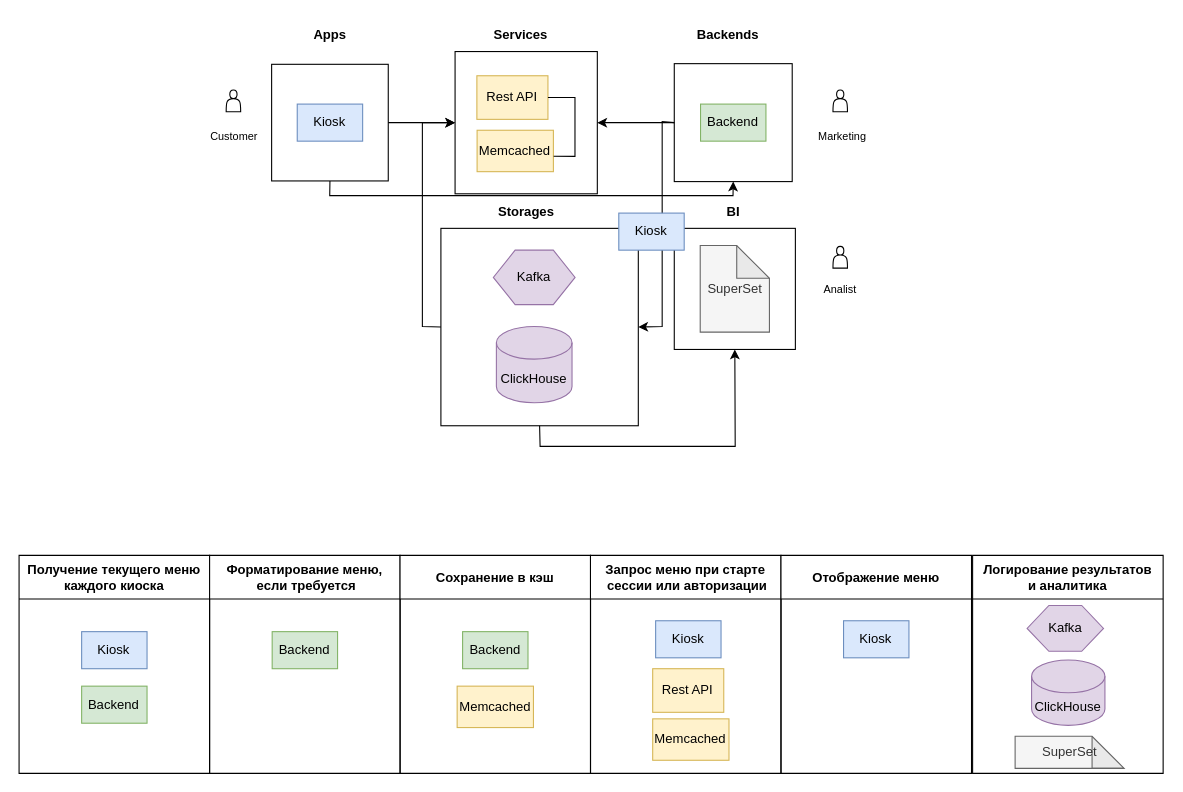
ArlanovCsb/responsive_menu keeps this draw.io diagram as Сервис адаптивного меню.drawio. Above is the earlier version. Source tidied: cells renumbered, new cells numbered last; positions are measured from the earlier drawing's top-left corner, leaving out a move shared by most shapes. Both pictures are drawn from the tidied source at 109%, with x=0, y=0 at pixel (19, 19).
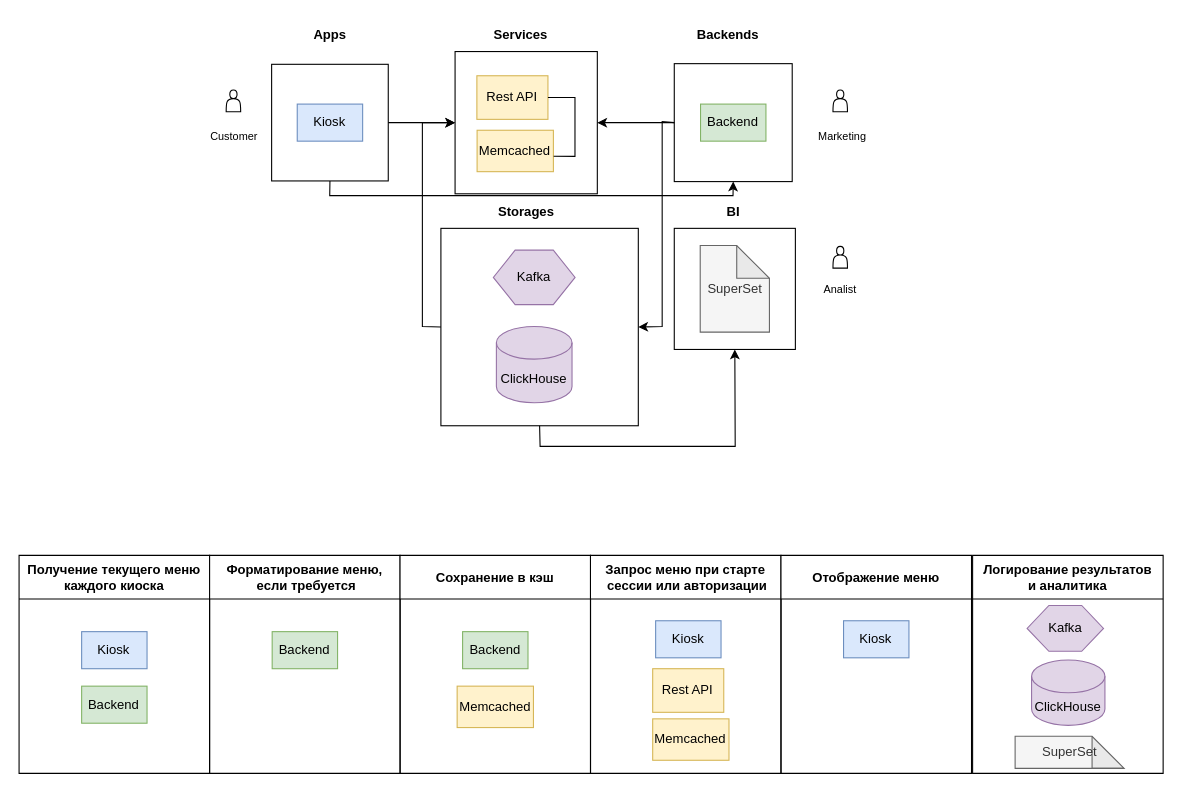
Above is the later version.

Change to the diagram source:
```diff
@@
-    <mxCell id="50" value="Kiosk" style="whiteSpace=wrap;strokeWidth=1;fillColor=#dae8fc;strokeColor=#6c8ebf;" parent="1" vertex="1">
-      <mxGeometry x="550.2" y="178" width="60" height="34" as="geometry" />
-    </mxCell>
```
